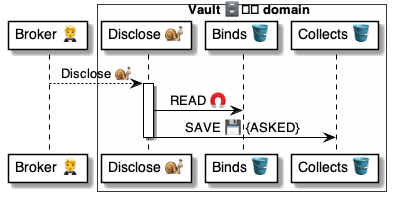
Earlier version of the PlantUML export 4 ⚙️ Solution/41 🎭 Domain Roles/Vaults 🗄️/🗄️📨 Vault msgs/Disclose 🤵🐌🗄️/🗄️ Disclose ⚙️ uml.png (pollyweb-org/pollyweb-docs). Its source is kept beside it as 4 ⚙️ Solution/41 🎭 Domain Roles/Vaults 🗄️/🗄️📨 Vault msgs/Disclose 🤵🐌🗄️/🗄️ Disclose ⚙️ uml.puml. The source it was exported from:
```plantuml
@startuml Disclose@Broker

participant "Broker 🤵" as broker
box Vault 🗄️️ domain #FFFFFA
    participant "Disclose 🐌" as vault
    participant "Binds 🪣" as binds
    participant "Collects 🪣" as collects
end box


broker --> vault: Disclose 🐌

activate vault
    vault -> binds: READ 🧲
    vault -> collects: SAVE 💾 {ASKED}
deactivate vault

@enduml
```
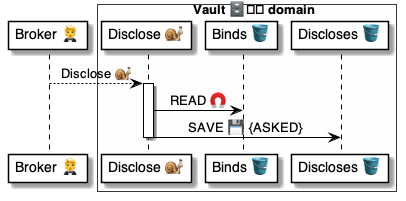
Later version of the same file.

Diff of the diagram source:
```diff
@@ -4,7 +4,7 @@
 box Vault 🗄️️ domain #FFFFFA
     participant "Disclose 🐌" as vault
     participant "Binds 🪣" as binds
-    participant "Collects 🪣" as collects
+    participant "Discloses 🪣" as discloses
 end box
 
 
@@ -12,7 +12,7 @@
 
 activate vault
     vault -> binds: READ 🧲
-    vault -> collects: SAVE 💾 {ASKED}
+    vault -> discloses: SAVE 💾 {ASKED}
 deactivate vault
 
 @enduml
```
